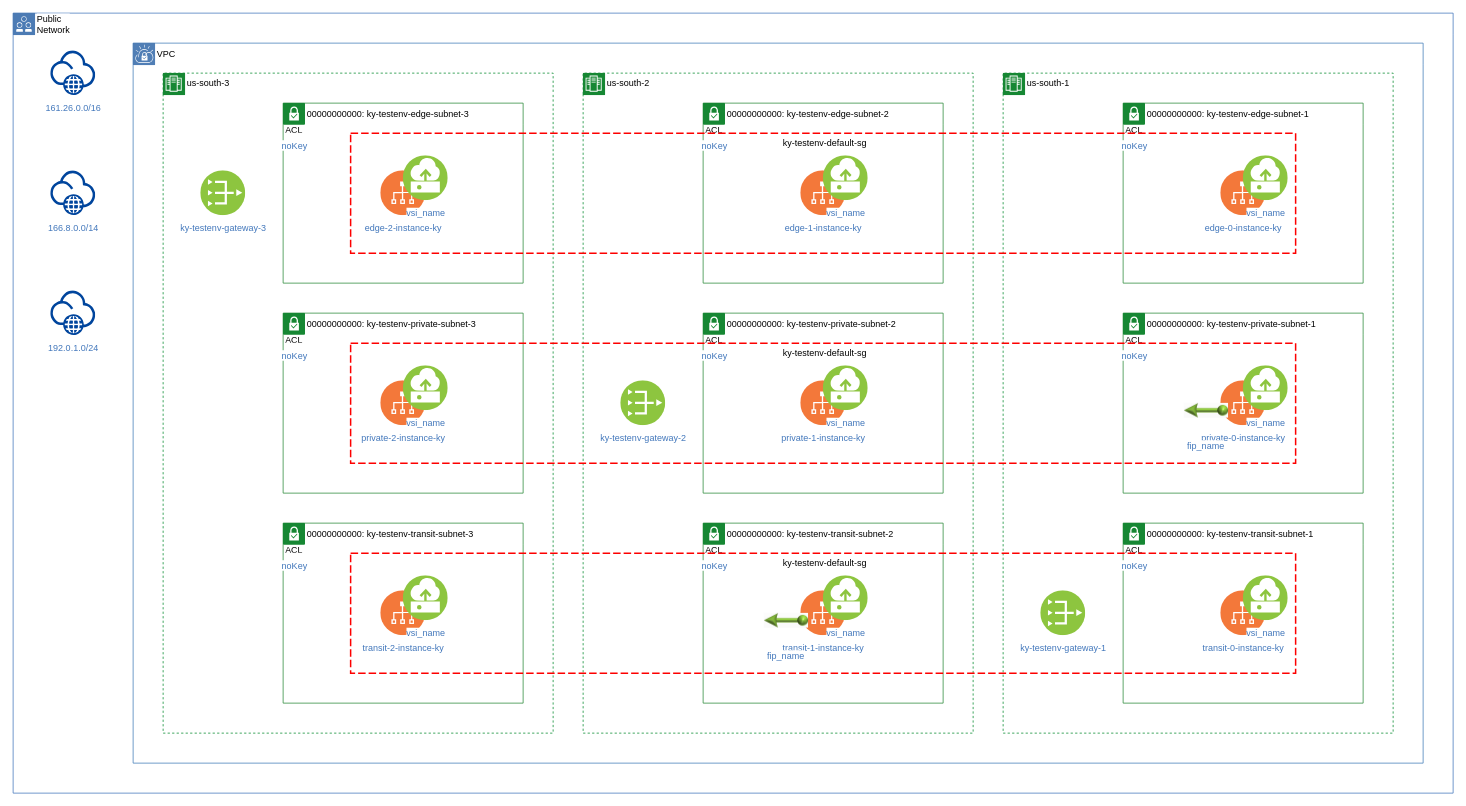
Above: output.drawio in haim-kermany/vnc_go_version (draw.io), before the change. Source tidied: cells renumbered, new cells numbered last; positions are measured from the earlier drawing's top-left corner, leaving out a move shared by most shapes. Both pictures are drawn from the tidied source at 75%, with x=0, y=0 at pixel (13, 13).
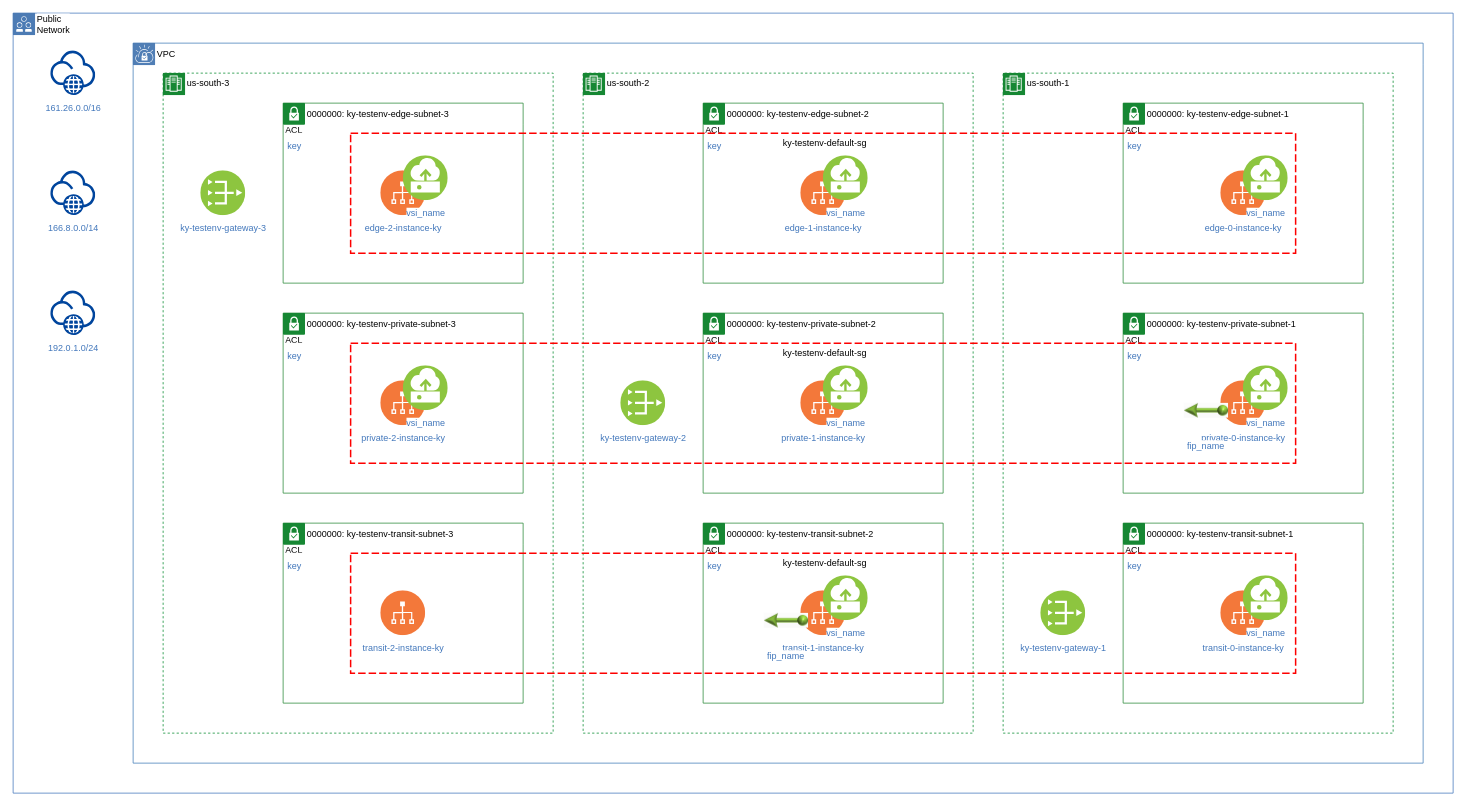
Above is the later version.

The change refers to these unchanged cells:
```xml
<mxCell id="10" value="us-south-3" style="swimlane;fontStyle=0;horizontal=1;startSize=28;swimlaneLine=0;swimlaneFillColor=none;fillColor=none;rounded=0;whiteSpace=wrap;html=1;absoluteArcSize=1;arcSize=0;strokeColor=#00882B;verticalAlign=top;align=left;spacingLeft=30;dashed=1;strokeWidth=1;" parent="8" vertex="1">
  <mxGeometry x="40" y="40" width="520" height="880" as="geometry" />
</mxCell>
<mxCell id="14" value="transit-2-instance-ky" style="perimeter=ellipsePerimeter;html=1;align=center;shadow=0;dashed=0;fontColor=#4277BB;labelBackgroundColor=#ffffff;fontSize=12;spacingTop=3;image;image=img/lib/ibm/devops/release_management.svg;" parent="12" vertex="1">
  <mxGeometry x="130" y="90" width="60" height="60" as="geometry" />
</mxCell>
<mxCell id="25" value="us-south-2" style="swimlane;fontStyle=0;horizontal=1;startSize=28;swimlaneLine=0;swimlaneFillColor=none;fillColor=none;rounded=0;whiteSpace=wrap;html=1;absoluteArcSize=1;arcSize=0;strokeColor=#00882B;verticalAlign=top;align=left;spacingLeft=30;dashed=1;strokeWidth=1;" parent="8" vertex="1">
  <mxGeometry x="600" y="40" width="520" height="880" as="geometry" />
</mxCell>
<mxCell id="41" value="us-south-1" style="swimlane;fontStyle=0;horizontal=1;startSize=28;swimlaneLine=0;swimlaneFillColor=none;fillColor=none;rounded=0;whiteSpace=wrap;html=1;absoluteArcSize=1;arcSize=0;strokeColor=#00882B;verticalAlign=top;align=left;spacingLeft=30;dashed=1;strokeWidth=1;" parent="8" vertex="1">
  <mxGeometry x="1160" y="40" width="520" height="880" as="geometry" />
</mxCell>
```

Diff of the diagram source:
```diff
@@
-    <mxCell id="12" value="00000000000: ky-testenv-transit-subnet-3" style="swimlane;fontStyle=0;horizontal=1;startSize=28;swimlaneLine=0;swimlaneFillColor=none;fillColor=none;rounded=0;whiteSpace=wrap;html=1;absoluteArcSize=1;arcSize=12;strokeColor=#2A8838;verticalAlign=top;align=left;spacingLeft=30;spacingTop=1;dashed=0;strokeWidth=1;" parent="10" vertex="1">
+    <mxCell id="12" value="0000000: ky-testenv-transit-subnet-3" style="swimlane;fontStyle=0;horizontal=1;startSize=28;swimlaneLine=0;swimlaneFillColor=none;fillColor=none;rounded=0;whiteSpace=wrap;html=1;absoluteArcSize=1;arcSize=12;strokeColor=#2A8838;verticalAlign=top;align=left;spacingLeft=30;spacingTop=1;dashed=0;strokeWidth=1;" parent="10" vertex="1">
       <mxGeometry x="160" y="600" width="320" height="240" as="geometry" />
     </mxCell>
-    <mxCell id="13" value="noKey" style="perimeter=ellipsePerimeter;html=1;align=center;shadow=0;dashed=0;fontColor=#4277BB;labelBackgroundColor=#ffffff;fontSize=12;spacingTop=3;image;image=img/lib/ibm/vpc/SubnetTag.svg;" parent="12" vertex="1">
+    <mxCell id="13" value="key" style="perimeter=ellipsePerimeter;html=1;align=center;shadow=0;dashed=0;fontColor=#4277BB;labelBackgroundColor=#ffffff;fontSize=12;spacingTop=3;image;image=img/lib/ibm/vpc/SubnetTag.svg;" parent="12" vertex="1">
       <mxGeometry width="30" height="40" as="geometry" />
     </mxCell>
@@
-    <mxCell id="15" value="vsi_name" style="perimeter=ellipsePerimeter;html=1;align=center;shadow=0;dashed=0;fontColor=#4277BB;labelBackgroundColor=#ffffff;fontSize=12;spacingTop=3;image;image=img/lib/ibm/vpc/Instance.svg;" parent="14" vertex="1">
-      <mxGeometry x="30" y="-20" width="60" height="60" as="geometry" />
-    </mxCell>
-    <mxCell id="16" value="00000000000: ky-testenv-edge-subnet-3" style="swimlane;fontStyle=0;horizontal=1;startSize=28;swimlaneLine=0;swimlaneFillColor=none;fillColor=none;rounded=0;whiteSpace=wrap;html=1;absoluteArcSize=1;arcSize=12;strokeColor=#2A8838;verticalAlign=top;align=left;spacingLeft=30;spacingTop=1;dashed=0;strokeWidth=1;" parent="10" vertex="1">
+    <mxCell id="16" value="0000000: ky-testenv-edge-subnet-3" style="swimlane;fontStyle=0;horizontal=1;startSize=28;swimlaneLine=0;swimlaneFillColor=none;fillColor=none;rounded=0;whiteSpace=wrap;html=1;absoluteArcSize=1;arcSize=12;strokeColor=#2A8838;verticalAlign=top;align=left;spacingLeft=30;spacingTop=1;dashed=0;strokeWidth=1;" parent="10" vertex="1">
       <mxGeometry x="160" y="40" width="320" height="240" as="geometry" />
     </mxCell>
-    <mxCell id="17" value="noKey" style="perimeter=ellipsePerimeter;html=1;align=center;shadow=0;dashed=0;fontColor=#4277BB;labelBackgroundColor=#ffffff;fontSize=12;spacingTop=3;image;image=img/lib/ibm/vpc/SubnetTag.svg;" parent="16" vertex="1">
+    <mxCell id="17" value="key" style="perimeter=ellipsePerimeter;html=1;align=center;shadow=0;dashed=0;fontColor=#4277BB;labelBackgroundColor=#ffffff;fontSize=12;spacingTop=3;image;image=img/lib/ibm/vpc/SubnetTag.svg;" parent="16" vertex="1">
       <mxGeometry width="30" height="40" as="geometry" />
     </mxCell>
@@
-    <mxCell id="20" value="00000000000: ky-testenv-private-subnet-3" style="swimlane;fontStyle=0;horizontal=1;startSize=28;swimlaneLine=0;swimlaneFillColor=none;fillColor=none;rounded=0;whiteSpace=wrap;html=1;absoluteArcSize=1;arcSize=12;strokeColor=#2A8838;verticalAlign=top;align=left;spacingLeft=30;spacingTop=1;dashed=0;strokeWidth=1;" parent="10" vertex="1">
+    <mxCell id="20" value="0000000: ky-testenv-private-subnet-3" style="swimlane;fontStyle=0;horizontal=1;startSize=28;swimlaneLine=0;swimlaneFillColor=none;fillColor=none;rounded=0;whiteSpace=wrap;html=1;absoluteArcSize=1;arcSize=12;strokeColor=#2A8838;verticalAlign=top;align=left;spacingLeft=30;spacingTop=1;dashed=0;strokeWidth=1;" parent="10" vertex="1">
       <mxGeometry x="160" y="320" width="320" height="240" as="geometry" />
     </mxCell>
-    <mxCell id="21" value="noKey" style="perimeter=ellipsePerimeter;html=1;align=center;shadow=0;dashed=0;fontColor=#4277BB;labelBackgroundColor=#ffffff;fontSize=12;spacingTop=3;image;image=img/lib/ibm/vpc/SubnetTag.svg;" parent="20" vertex="1">
+    <mxCell id="21" value="key" style="perimeter=ellipsePerimeter;html=1;align=center;shadow=0;dashed=0;fontColor=#4277BB;labelBackgroundColor=#ffffff;fontSize=12;spacingTop=3;image;image=img/lib/ibm/vpc/SubnetTag.svg;" parent="20" vertex="1">
       <mxGeometry width="30" height="40" as="geometry" />
     </mxCell>
@@
-    <mxCell id="27" value="00000000000: ky-testenv-transit-subnet-2" style="swimlane;fontStyle=0;horizontal=1;startSize=28;swimlaneLine=0;swimlaneFillColor=none;fillColor=none;rounded=0;whiteSpace=wrap;html=1;absoluteArcSize=1;arcSize=12;strokeColor=#2A8838;verticalAlign=top;align=left;spacingLeft=30;spacingTop=1;dashed=0;strokeWidth=1;" parent="25" vertex="1">
+    <mxCell id="27" value="0000000: ky-testenv-transit-subnet-2" style="swimlane;fontStyle=0;horizontal=1;startSize=28;swimlaneLine=0;swimlaneFillColor=none;fillColor=none;rounded=0;whiteSpace=wrap;html=1;absoluteArcSize=1;arcSize=12;strokeColor=#2A8838;verticalAlign=top;align=left;spacingLeft=30;spacingTop=1;dashed=0;strokeWidth=1;" parent="25" vertex="1">
       <mxGeometry x="160" y="600" width="320" height="240" as="geometry" />
     </mxCell>
-    <mxCell id="28" value="noKey" style="perimeter=ellipsePerimeter;html=1;align=center;shadow=0;dashed=0;fontColor=#4277BB;labelBackgroundColor=#ffffff;fontSize=12;spacingTop=3;image;image=img/lib/ibm/vpc/SubnetTag.svg;" parent="27" vertex="1">
+    <mxCell id="28" value="key" style="perimeter=ellipsePerimeter;html=1;align=center;shadow=0;dashed=0;fontColor=#4277BB;labelBackgroundColor=#ffffff;fontSize=12;spacingTop=3;image;image=img/lib/ibm/vpc/SubnetTag.svg;" parent="27" vertex="1">
       <mxGeometry width="30" height="40" as="geometry" />
     </mxCell>
@@
-    <mxCell id="32" value="00000000000: ky-testenv-edge-subnet-2" style="swimlane;fontStyle=0;horizontal=1;startSize=28;swimlaneLine=0;swimlaneFillColor=none;fillColor=none;rounded=0;whiteSpace=wrap;html=1;absoluteArcSize=1;arcSize=12;strokeColor=#2A8838;verticalAlign=top;align=left;spacingLeft=30;spacingTop=1;dashed=0;strokeWidth=1;" parent="25" vertex="1">
+    <mxCell id="32" value="0000000: ky-testenv-edge-subnet-2" style="swimlane;fontStyle=0;horizontal=1;startSize=28;swimlaneLine=0;swimlaneFillColor=none;fillColor=none;rounded=0;whiteSpace=wrap;html=1;absoluteArcSize=1;arcSize=12;strokeColor=#2A8838;verticalAlign=top;align=left;spacingLeft=30;spacingTop=1;dashed=0;strokeWidth=1;" parent="25" vertex="1">
       <mxGeometry x="160" y="40" width="320" height="240" as="geometry" />
     </mxCell>
-    <mxCell id="33" value="noKey" style="perimeter=ellipsePerimeter;html=1;align=center;shadow=0;dashed=0;fontColor=#4277BB;labelBackgroundColor=#ffffff;fontSize=12;spacingTop=3;image;image=img/lib/ibm/vpc/SubnetTag.svg;" parent="32" vertex="1">
+    <mxCell id="33" value="key" style="perimeter=ellipsePerimeter;html=1;align=center;shadow=0;dashed=0;fontColor=#4277BB;labelBackgroundColor=#ffffff;fontSize=12;spacingTop=3;image;image=img/lib/ibm/vpc/SubnetTag.svg;" parent="32" vertex="1">
       <mxGeometry width="30" height="40" as="geometry" />
     </mxCell>
@@
-    <mxCell id="36" value="00000000000: ky-testenv-private-subnet-2" style="swimlane;fontStyle=0;horizontal=1;startSize=28;swimlaneLine=0;swimlaneFillColor=none;fillColor=none;rounded=0;whiteSpace=wrap;html=1;absoluteArcSize=1;arcSize=12;strokeColor=#2A8838;verticalAlign=top;align=left;spacingLeft=30;spacingTop=1;dashed=0;strokeWidth=1;" parent="25" vertex="1">
+    <mxCell id="36" value="0000000: ky-testenv-private-subnet-2" style="swimlane;fontStyle=0;horizontal=1;startSize=28;swimlaneLine=0;swimlaneFillColor=none;fillColor=none;rounded=0;whiteSpace=wrap;html=1;absoluteArcSize=1;arcSize=12;strokeColor=#2A8838;verticalAlign=top;align=left;spacingLeft=30;spacingTop=1;dashed=0;strokeWidth=1;" parent="25" vertex="1">
       <mxGeometry x="160" y="320" width="320" height="240" as="geometry" />
     </mxCell>
-    <mxCell id="37" value="noKey" style="perimeter=ellipsePerimeter;html=1;align=center;shadow=0;dashed=0;fontColor=#4277BB;labelBackgroundColor=#ffffff;fontSize=12;spacingTop=3;image;image=img/lib/ibm/vpc/SubnetTag.svg;" parent="36" vertex="1">
+    <mxCell id="37" value="key" style="perimeter=ellipsePerimeter;html=1;align=center;shadow=0;dashed=0;fontColor=#4277BB;labelBackgroundColor=#ffffff;fontSize=12;spacingTop=3;image;image=img/lib/ibm/vpc/SubnetTag.svg;" parent="36" vertex="1">
       <mxGeometry width="30" height="40" as="geometry" />
     </mxCell>
@@
-    <mxCell id="43" value="00000000000: ky-testenv-private-subnet-1" style="swimlane;fontStyle=0;horizontal=1;startSize=28;swimlaneLine=0;swimlaneFillColor=none;fillColor=none;rounded=0;whiteSpace=wrap;html=1;absoluteArcSize=1;arcSize=12;strokeColor=#2A8838;verticalAlign=top;align=left;spacingLeft=30;spacingTop=1;dashed=0;strokeWidth=1;" parent="41" vertex="1">
+    <mxCell id="43" value="0000000: ky-testenv-private-subnet-1" style="swimlane;fontStyle=0;horizontal=1;startSize=28;swimlaneLine=0;swimlaneFillColor=none;fillColor=none;rounded=0;whiteSpace=wrap;html=1;absoluteArcSize=1;arcSize=12;strokeColor=#2A8838;verticalAlign=top;align=left;spacingLeft=30;spacingTop=1;dashed=0;strokeWidth=1;" parent="41" vertex="1">
       <mxGeometry x="160" y="320" width="320" height="240" as="geometry" />
     </mxCell>
-    <mxCell id="44" value="noKey" style="perimeter=ellipsePerimeter;html=1;align=center;shadow=0;dashed=0;fontColor=#4277BB;labelBackgroundColor=#ffffff;fontSize=12;spacingTop=3;image;image=img/lib/ibm/vpc/SubnetTag.svg;" parent="43" vertex="1">
+    <mxCell id="44" value="key" style="perimeter=ellipsePerimeter;html=1;align=center;shadow=0;dashed=0;fontColor=#4277BB;labelBackgroundColor=#ffffff;fontSize=12;spacingTop=3;image;image=img/lib/ibm/vpc/SubnetTag.svg;" parent="43" vertex="1">
       <mxGeometry width="30" height="40" as="geometry" />
     </mxCell>
@@
-    <mxCell id="48" value="00000000000: ky-testenv-edge-subnet-1" style="swimlane;fontStyle=0;horizontal=1;startSize=28;swimlaneLine=0;swimlaneFillColor=none;fillColor=none;rounded=0;whiteSpace=wrap;html=1;absoluteArcSize=1;arcSize=12;strokeColor=#2A8838;verticalAlign=top;align=left;spacingLeft=30;spacingTop=1;dashed=0;strokeWidth=1;" parent="41" vertex="1">
+    <mxCell id="48" value="0000000: ky-testenv-edge-subnet-1" style="swimlane;fontStyle=0;horizontal=1;startSize=28;swimlaneLine=0;swimlaneFillColor=none;fillColor=none;rounded=0;whiteSpace=wrap;html=1;absoluteArcSize=1;arcSize=12;strokeColor=#2A8838;verticalAlign=top;align=left;spacingLeft=30;spacingTop=1;dashed=0;strokeWidth=1;" parent="41" vertex="1">
       <mxGeometry x="160" y="40" width="320" height="240" as="geometry" />
     </mxCell>
-    <mxCell id="49" value="noKey" style="perimeter=ellipsePerimeter;html=1;align=center;shadow=0;dashed=0;fontColor=#4277BB;labelBackgroundColor=#ffffff;fontSize=12;spacingTop=3;image;image=img/lib/ibm/vpc/SubnetTag.svg;" parent="48" vertex="1">
+    <mxCell id="49" value="key" style="perimeter=ellipsePerimeter;html=1;align=center;shadow=0;dashed=0;fontColor=#4277BB;labelBackgroundColor=#ffffff;fontSize=12;spacingTop=3;image;image=img/lib/ibm/vpc/SubnetTag.svg;" parent="48" vertex="1">
       <mxGeometry width="30" height="40" as="geometry" />
     </mxCell>
@@
-    <mxCell id="52" value="00000000000: ky-testenv-transit-subnet-1" style="swimlane;fontStyle=0;horizontal=1;startSize=28;swimlaneLine=0;swimlaneFillColor=none;fillColor=none;rounded=0;whiteSpace=wrap;html=1;absoluteArcSize=1;arcSize=12;strokeColor=#2A8838;verticalAlign=top;align=left;spacingLeft=30;spacingTop=1;dashed=0;strokeWidth=1;" parent="41" vertex="1">
+    <mxCell id="52" value="0000000: ky-testenv-transit-subnet-1" style="swimlane;fontStyle=0;horizontal=1;startSize=28;swimlaneLine=0;swimlaneFillColor=none;fillColor=none;rounded=0;whiteSpace=wrap;html=1;absoluteArcSize=1;arcSize=12;strokeColor=#2A8838;verticalAlign=top;align=left;spacingLeft=30;spacingTop=1;dashed=0;strokeWidth=1;" parent="41" vertex="1">
       <mxGeometry x="160" y="600" width="320" height="240" as="geometry" />
     </mxCell>
-    <mxCell id="53" value="noKey" style="perimeter=ellipsePerimeter;html=1;align=center;shadow=0;dashed=0;fontColor=#4277BB;labelBackgroundColor=#ffffff;fontSize=12;spacingTop=3;image;image=img/lib/ibm/vpc/SubnetTag.svg;" parent="52" vertex="1">
+    <mxCell id="53" value="key" style="perimeter=ellipsePerimeter;html=1;align=center;shadow=0;dashed=0;fontColor=#4277BB;labelBackgroundColor=#ffffff;fontSize=12;spacingTop=3;image;image=img/lib/ibm/vpc/SubnetTag.svg;" parent="52" vertex="1">
       <mxGeometry width="30" height="40" as="geometry" />
     </mxCell>
```
